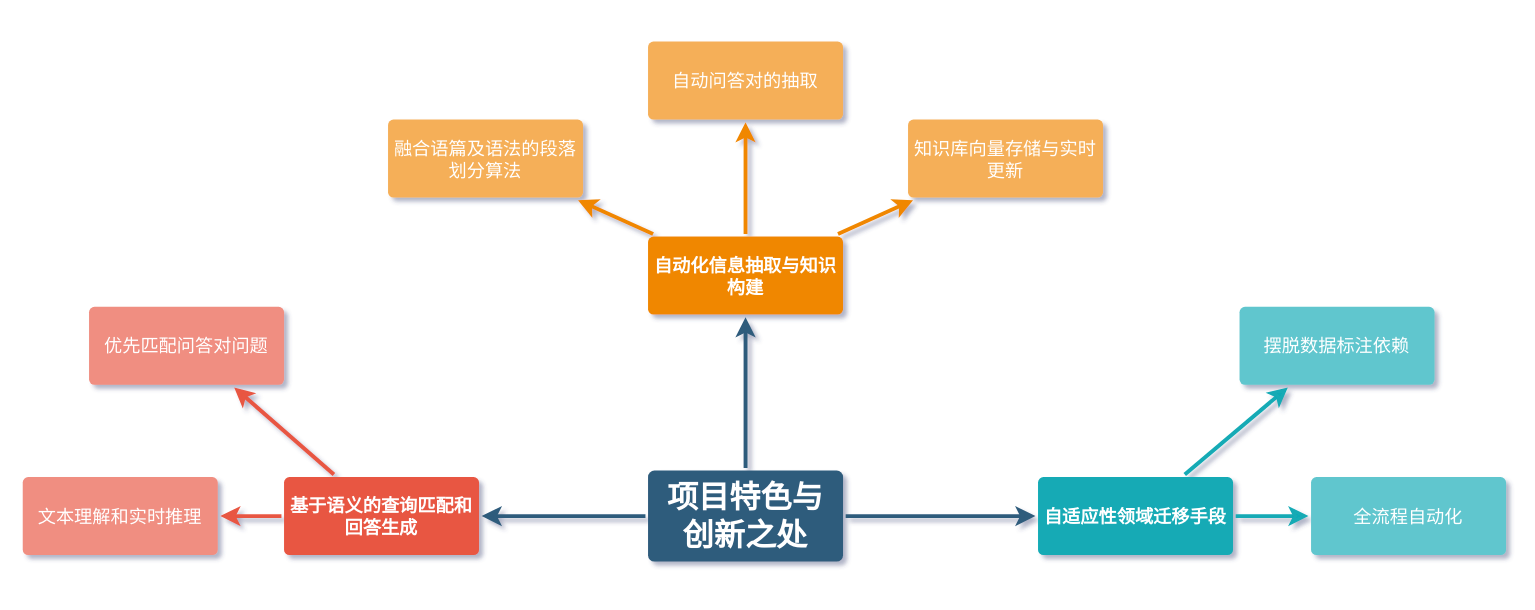
The draw.io diagram 智慧城市.drawio in 628014/628014.github.io, before the edit. Source tidied: cells renumbered, new cells numbered last; positions are measured from the earlier drawing's top-left corner, leaving out a move shared by most shapes. Both pictures are drawn from the tidied source at 130%, with x=0, y=0 at pixel (22, 40).
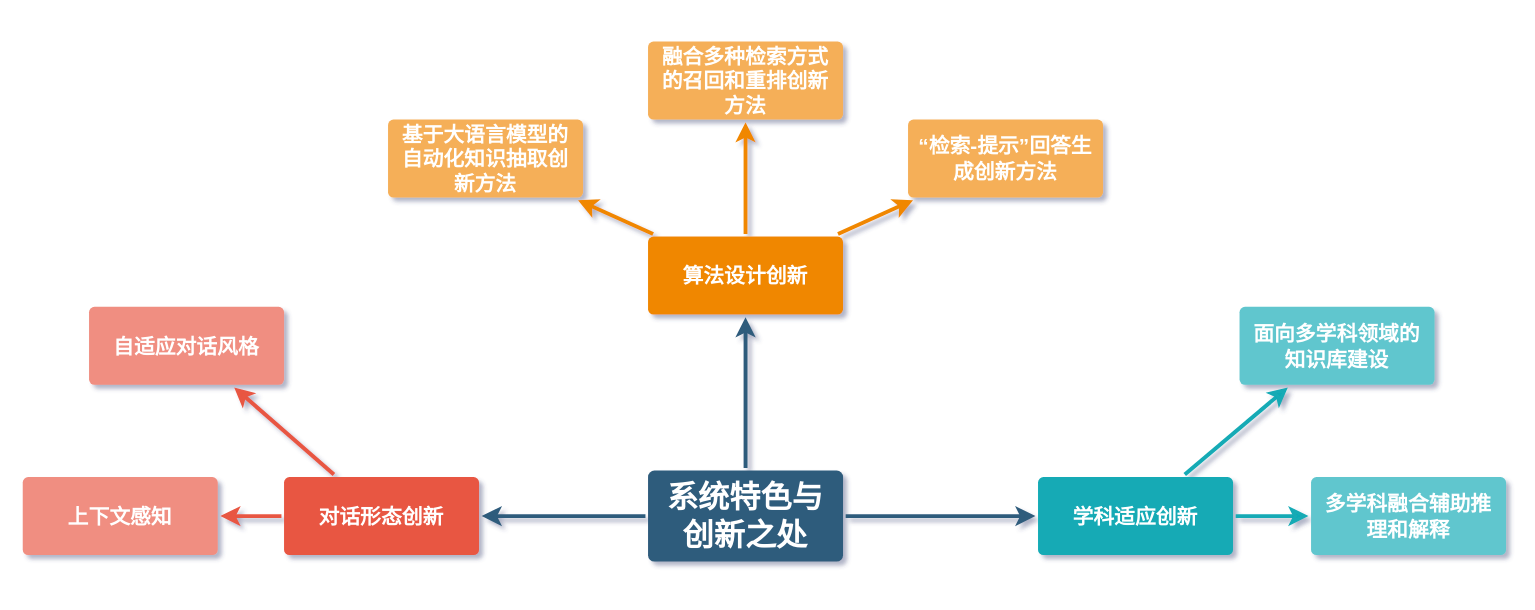
The same page after the edit.

Commit message:
更新智慧城市.drawio

The edit, as a diff of the source:
```diff
@@
-    <mxCell id="2" style="edgeStyle=none;rounded=0;jumpStyle=none;html=1;shadow=0;labelBackgroundColor=none;startArrow=none;startFill=0;endArrow=classic;endFill=1;jettySize=auto;strokeColor=#2F5B7C;strokeWidth=3;fontFamily=Helvetica;fontSize=16;fontColor=#23445D;spacing=5;" parent="1" edge="1" source="5" target="11">
+    <mxCell id="2" style="edgeStyle=none;rounded=0;jumpStyle=none;html=1;shadow=0;labelBackgroundColor=none;startArrow=none;startFill=0;endArrow=classic;endFill=1;jettySize=auto;strokeColor=#2F5B7C;strokeWidth=3;fontFamily=Helvetica;fontSize=16;fontColor=#23445D;spacing=5;fontStyle=1;" parent="1" edge="1" source="5" target="11">
       <mxGeometry relative="1" as="geometry" />
     </mxCell>
-    <mxCell id="3" style="edgeStyle=none;rounded=0;jumpStyle=none;html=1;shadow=0;labelBackgroundColor=none;startArrow=none;startFill=0;endArrow=classic;endFill=1;jettySize=auto;strokeColor=#2F5B7C;strokeWidth=3;fontFamily=Helvetica;fontSize=16;fontColor=#23445D;spacing=5;" parent="1" edge="1" source="5" target="18">
+    <mxCell id="3" style="edgeStyle=none;rounded=0;jumpStyle=none;html=1;shadow=0;labelBackgroundColor=none;startArrow=none;startFill=0;endArrow=classic;endFill=1;jettySize=auto;strokeColor=#2F5B7C;strokeWidth=3;fontFamily=Helvetica;fontSize=16;fontColor=#23445D;spacing=5;fontStyle=1;" parent="1" edge="1" source="5" target="18">
       <mxGeometry relative="1" as="geometry" />
     </mxCell>
-    <mxCell id="4" style="edgeStyle=none;rounded=0;jumpStyle=none;html=1;shadow=0;labelBackgroundColor=none;startArrow=none;startFill=0;endArrow=classic;endFill=1;jettySize=auto;strokeColor=#2F5B7C;strokeWidth=3;fontFamily=Helvetica;fontSize=16;fontColor=#23445D;spacing=5;" parent="1" edge="1" source="5" target="8">
+    <mxCell id="4" style="edgeStyle=none;rounded=0;jumpStyle=none;html=1;shadow=0;labelBackgroundColor=none;startArrow=none;startFill=0;endArrow=classic;endFill=1;jettySize=auto;strokeColor=#2F5B7C;strokeWidth=3;fontFamily=Helvetica;fontSize=16;fontColor=#23445D;spacing=5;fontStyle=1;" parent="1" edge="1" source="5" target="8">
       <mxGeometry relative="1" as="geometry" />
     </mxCell>
-    <mxCell id="5" value="&lt;h2&gt;&lt;b&gt;项目特色与创新之处&lt;/b&gt;&lt;b&gt;&lt;span style=&quot;mso-spacerun:'yes';font-family:'Times New Roman';mso-fareast-font-family:黑体;&lt;br/&gt;mso-ansi-font-weight:bold;font-size:14.0000pt;mso-font-kerning:1.0000pt;&quot;&gt;&lt;/span&gt;&lt;/b&gt;&lt;/h2&gt;" style="rounded=1;whiteSpace=wrap;html=1;shadow=0;labelBackgroundColor=none;strokeColor=none;strokeWidth=3;fillColor=#2F5B7C;fontFamily=Helvetica;fontSize=16;fontColor=#FFFFFF;align=center;fontStyle=1;spacing=5;arcSize=7;perimeterSpacing=2;" parent="1" vertex="1">
+    <mxCell id="5" value="&lt;h2&gt;&lt;span&gt;系统特色与创新之处&lt;/span&gt;&lt;span&gt;&lt;span style=&quot;mso-spacerun:'yes';font-family:'Times New Roman';mso-fareast-font-family:黑体;&lt;br/&gt;mso-ansi-font-weight:bold;font-size:14.0000pt;mso-font-kerning:1.0000pt;&quot;&gt;&lt;/span&gt;&lt;/span&gt;&lt;/h2&gt;" style="rounded=1;whiteSpace=wrap;html=1;shadow=0;labelBackgroundColor=none;strokeColor=none;strokeWidth=3;fillColor=#2F5B7C;fontFamily=Helvetica;fontSize=16;fontColor=#FFFFFF;align=center;fontStyle=1;spacing=5;arcSize=7;perimeterSpacing=2;" parent="1" vertex="1">
       <mxGeometry x="481" y="330.5" width="150" height="70" as="geometry" />
     </mxCell>
-    <mxCell id="6" style="edgeStyle=none;rounded=1;jumpStyle=none;html=1;shadow=0;labelBackgroundColor=none;startArrow=none;startFill=0;jettySize=auto;strokeColor=#E85642;strokeWidth=3;fontFamily=Helvetica;fontSize=14;fontColor=#FFFFFF;spacing=5;fontStyle=1;fillColor=#b0e3e6;" parent="1" edge="1" source="8" target="10">
+    <mxCell id="6" style="edgeStyle=none;rounded=1;jumpStyle=none;html=1;shadow=0;labelBackgroundColor=none;startArrow=none;startFill=0;jettySize=auto;strokeColor=#E85642;strokeWidth=3;fontFamily=Helvetica;fontSize=16;fontColor=#FFFFFF;spacing=5;fontStyle=1;fillColor=#b0e3e6;" parent="1" edge="1" source="8" target="10">
       <mxGeometry relative="1" as="geometry" />
     </mxCell>
-    <mxCell id="7" style="edgeStyle=none;rounded=1;jumpStyle=none;html=1;shadow=0;labelBackgroundColor=none;startArrow=none;startFill=0;jettySize=auto;strokeColor=#E85642;strokeWidth=3;fontFamily=Helvetica;fontSize=14;fontColor=#FFFFFF;spacing=5;fontStyle=1;fillColor=#b0e3e6;" parent="1" edge="1" source="8" target="9">
+    <mxCell id="7" style="edgeStyle=none;rounded=1;jumpStyle=none;html=1;shadow=0;labelBackgroundColor=none;startArrow=none;startFill=0;jettySize=auto;strokeColor=#E85642;strokeWidth=3;fontFamily=Helvetica;fontSize=16;fontColor=#FFFFFF;spacing=5;fontStyle=1;fillColor=#b0e3e6;" parent="1" edge="1" source="8" target="9">
       <mxGeometry relative="1" as="geometry" />
     </mxCell>
-    <mxCell id="8" value="&lt;p class=&quot;MsoNormal&quot;&gt;基于语义的查询匹配和回答生成&lt;/p&gt;" style="rounded=1;whiteSpace=wrap;html=1;shadow=0;labelBackgroundColor=none;strokeColor=none;strokeWidth=3;fillColor=#e85642;fontFamily=Helvetica;fontSize=14;fontColor=#FFFFFF;align=center;spacing=5;fontStyle=1;arcSize=7;perimeterSpacing=2;" parent="1" vertex="1">
+    <mxCell id="8" value="&lt;p style=&quot;font-size: 16px;&quot; class=&quot;MsoNormal&quot;&gt;对话形态创新&lt;/p&gt;" style="rounded=1;whiteSpace=wrap;html=1;shadow=0;labelBackgroundColor=none;strokeColor=none;strokeWidth=3;fillColor=#e85642;fontFamily=Helvetica;fontSize=16;fontColor=#FFFFFF;align=center;spacing=5;fontStyle=1;arcSize=7;perimeterSpacing=2;" parent="1" vertex="1">
       <mxGeometry x="201" y="335.5" width="150" height="60" as="geometry" />
     </mxCell>
-    <mxCell id="9" value="&lt;p class=&quot;MsoNormal&quot;&gt;文本理解和实时推理&lt;/p&gt;" style="rounded=1;whiteSpace=wrap;html=1;shadow=0;labelBackgroundColor=none;strokeColor=none;strokeWidth=3;fillColor=#f08e81;fontFamily=Helvetica;fontSize=14;fontColor=#FFFFFF;align=center;spacing=5;fontStyle=0;arcSize=7;perimeterSpacing=2;" parent="1" vertex="1">
+    <mxCell id="9" value="&lt;p style=&quot;font-size: 16px;&quot; class=&quot;MsoNormal&quot;&gt;上下文感知&lt;/p&gt;" style="rounded=1;whiteSpace=wrap;html=1;shadow=0;labelBackgroundColor=none;strokeColor=none;strokeWidth=3;fillColor=#f08e81;fontFamily=Helvetica;fontSize=16;fontColor=#FFFFFF;align=center;spacing=5;fontStyle=1;arcSize=7;perimeterSpacing=2;" parent="1" vertex="1">
       <mxGeometry y="335.5" width="150" height="60" as="geometry" />
     </mxCell>
-    <mxCell id="10" value="&lt;p class=&quot;MsoNormal&quot;&gt;优先匹配问答对问题&lt;/p&gt;" style="rounded=1;whiteSpace=wrap;html=1;shadow=0;labelBackgroundColor=none;strokeColor=none;strokeWidth=3;fillColor=#f08e81;fontFamily=Helvetica;fontSize=14;fontColor=#FFFFFF;align=center;spacing=5;fontStyle=0;arcSize=7;perimeterSpacing=2;" parent="1" vertex="1">
+    <mxCell id="10" value="&lt;p style=&quot;font-size: 16px;&quot; class=&quot;MsoNormal&quot;&gt;自适应对话风格&lt;/p&gt;" style="rounded=1;whiteSpace=wrap;html=1;shadow=0;labelBackgroundColor=none;strokeColor=none;strokeWidth=3;fillColor=#f08e81;fontFamily=Helvetica;fontSize=16;fontColor=#FFFFFF;align=center;spacing=5;fontStyle=1;arcSize=7;perimeterSpacing=2;" parent="1" vertex="1">
       <mxGeometry x="51" y="204.5" width="150" height="60" as="geometry" />
     </mxCell>
-    <mxCell id="11" value="&lt;p class=&quot;MsoNormal&quot;&gt;自动化信息抽取与知识构建&lt;/p&gt;" style="rounded=1;whiteSpace=wrap;html=1;shadow=0;labelBackgroundColor=none;strokeColor=none;strokeWidth=3;fillColor=#F08705;fontFamily=Helvetica;fontSize=14;fontColor=#FFFFFF;align=center;spacing=5;fontStyle=1;arcSize=7;perimeterSpacing=2;" parent="1" vertex="1">
+    <mxCell id="11" value="&lt;p style=&quot;font-size: 16px;&quot; class=&quot;MsoNormal&quot;&gt;算法设计创新&lt;/p&gt;" style="rounded=1;whiteSpace=wrap;html=1;shadow=0;labelBackgroundColor=none;strokeColor=none;strokeWidth=3;fillColor=#F08705;fontFamily=Helvetica;fontSize=16;fontColor=#FFFFFF;align=center;spacing=5;fontStyle=1;arcSize=7;perimeterSpacing=2;" parent="1" vertex="1">
       <mxGeometry x="481" y="150.5" width="150" height="60" as="geometry" />
     </mxCell>
-    <mxCell id="12" value="&lt;p class=&quot;MsoNormal&quot;&gt;知识库向量存储与实时更新&lt;/p&gt;" style="rounded=1;whiteSpace=wrap;html=1;shadow=0;labelBackgroundColor=none;strokeColor=none;strokeWidth=3;fillColor=#f5af58;fontFamily=Helvetica;fontSize=14;fontColor=#FFFFFF;align=center;spacing=5;arcSize=7;perimeterSpacing=2;" parent="1" vertex="1">
+    <mxCell id="12" value="&lt;p style=&quot;font-size: 16px;&quot; class=&quot;MsoNormal&quot;&gt;“检索-提示”回答生成创新方法&lt;/p&gt;" style="rounded=1;whiteSpace=wrap;html=1;shadow=0;labelBackgroundColor=none;strokeColor=none;strokeWidth=3;fillColor=#f5af58;fontFamily=Helvetica;fontSize=16;fontColor=#FFFFFF;align=center;spacing=5;arcSize=7;perimeterSpacing=2;fontStyle=1;" parent="1" vertex="1">
       <mxGeometry x="681" y="60.5" width="150" height="60" as="geometry" />
     </mxCell>
-    <mxCell id="13" style="edgeStyle=none;rounded=0;jumpStyle=none;html=1;shadow=0;labelBackgroundColor=none;startArrow=none;startFill=0;endArrow=classic;endFill=1;jettySize=auto;strokeColor=#F08705;strokeWidth=3;fontFamily=Helvetica;fontSize=14;fontColor=#FFFFFF;spacing=5;" parent="1" edge="1" source="11" target="12">
+    <mxCell id="13" style="edgeStyle=none;rounded=0;jumpStyle=none;html=1;shadow=0;labelBackgroundColor=none;startArrow=none;startFill=0;endArrow=classic;endFill=1;jettySize=auto;strokeColor=#F08705;strokeWidth=3;fontFamily=Helvetica;fontSize=16;fontColor=#FFFFFF;spacing=5;fontStyle=1;" parent="1" edge="1" source="11" target="12">
       <mxGeometry relative="1" as="geometry" />
     </mxCell>
-    <mxCell id="14" value="&lt;p class=&quot;MsoNormal&quot;&gt;自动问答对的抽取&lt;/p&gt;" style="rounded=1;whiteSpace=wrap;html=1;shadow=0;labelBackgroundColor=none;strokeColor=none;strokeWidth=3;fillColor=#f5af58;fontFamily=Helvetica;fontSize=14;fontColor=#FFFFFF;align=center;spacing=5;arcSize=7;perimeterSpacing=2;" parent="1" vertex="1">
+    <mxCell id="14" value="&lt;p style=&quot;font-size: 16px;&quot; class=&quot;MsoNormal&quot;&gt;融合多种检索方式的召回和重排创新方法&lt;/p&gt;" style="rounded=1;whiteSpace=wrap;html=1;shadow=0;labelBackgroundColor=none;strokeColor=none;strokeWidth=3;fillColor=#f5af58;fontFamily=Helvetica;fontSize=16;fontColor=#FFFFFF;align=center;spacing=5;arcSize=7;perimeterSpacing=2;fontStyle=1;" parent="1" vertex="1">
       <mxGeometry x="481" y="0.5" width="150" height="60" as="geometry" />
     </mxCell>
-    <mxCell id="15" style="edgeStyle=none;rounded=0;jumpStyle=none;html=1;shadow=0;labelBackgroundColor=none;startArrow=none;startFill=0;endArrow=classic;endFill=1;jettySize=auto;strokeColor=#F08705;strokeWidth=3;fontFamily=Helvetica;fontSize=14;fontColor=#FFFFFF;spacing=5;" parent="1" edge="1" source="11" target="14">
+    <mxCell id="15" style="edgeStyle=none;rounded=0;jumpStyle=none;html=1;shadow=0;labelBackgroundColor=none;startArrow=none;startFill=0;endArrow=classic;endFill=1;jettySize=auto;strokeColor=#F08705;strokeWidth=3;fontFamily=Helvetica;fontSize=16;fontColor=#FFFFFF;spacing=5;fontStyle=1;" parent="1" edge="1" source="11" target="14">
       <mxGeometry relative="1" as="geometry" />
     </mxCell>
-    <mxCell id="16" value="&lt;p class=&quot;MsoNormal&quot;&gt;融合语篇及语法的段落划分算法&lt;/p&gt;" style="rounded=1;whiteSpace=wrap;html=1;shadow=0;labelBackgroundColor=none;strokeColor=none;strokeWidth=3;fillColor=#f5af58;fontFamily=Helvetica;fontSize=14;fontColor=#FFFFFF;align=center;spacing=5;arcSize=7;perimeterSpacing=2;" parent="1" vertex="1">
+    <mxCell id="16" value="&lt;p style=&quot;font-size: 16px;&quot; class=&quot;MsoNormal&quot;&gt;基于大语言模型的自动化知识抽取创新方法&lt;/p&gt;" style="rounded=1;whiteSpace=wrap;html=1;shadow=0;labelBackgroundColor=none;strokeColor=none;strokeWidth=3;fillColor=#f5af58;fontFamily=Helvetica;fontSize=16;fontColor=#FFFFFF;align=center;spacing=5;arcSize=7;perimeterSpacing=2;fontStyle=1;" parent="1" vertex="1">
       <mxGeometry x="281" y="60.5" width="150" height="60" as="geometry" />
     </mxCell>
-    <mxCell id="17" style="edgeStyle=none;rounded=0;jumpStyle=none;html=1;shadow=0;labelBackgroundColor=none;startArrow=none;startFill=0;endArrow=classic;endFill=1;jettySize=auto;strokeColor=#F08705;strokeWidth=3;fontFamily=Helvetica;fontSize=14;fontColor=#FFFFFF;spacing=5;" parent="1" edge="1" source="11" target="16">
+    <mxCell id="17" style="edgeStyle=none;rounded=0;jumpStyle=none;html=1;shadow=0;labelBackgroundColor=none;startArrow=none;startFill=0;endArrow=classic;endFill=1;jettySize=auto;strokeColor=#F08705;strokeWidth=3;fontFamily=Helvetica;fontSize=16;fontColor=#FFFFFF;spacing=5;fontStyle=1;" parent="1" edge="1" source="11" target="16">
       <mxGeometry relative="1" as="geometry" />
     </mxCell>
-    <mxCell id="18" value="&lt;p class=&quot;MsoNormal&quot;&gt;自适应性领域迁移手段&lt;/p&gt;" style="rounded=1;whiteSpace=wrap;html=1;shadow=0;labelBackgroundColor=none;strokeColor=none;strokeWidth=3;fillColor=#12aab5;fontFamily=Helvetica;fontSize=14;fontColor=#FFFFFF;align=center;spacing=5;fontStyle=1;arcSize=7;perimeterSpacing=2;" parent="1" vertex="1">
+    <mxCell id="18" value="&lt;p style=&quot;font-size: 16px;&quot; class=&quot;MsoNormal&quot;&gt;学科适应创新&lt;/p&gt;" style="rounded=1;whiteSpace=wrap;html=1;shadow=0;labelBackgroundColor=none;strokeColor=none;strokeWidth=3;fillColor=#12aab5;fontFamily=Helvetica;fontSize=16;fontColor=#FFFFFF;align=center;spacing=5;fontStyle=1;arcSize=7;perimeterSpacing=2;" parent="1" vertex="1">
       <mxGeometry x="781" y="335.5" width="150" height="60" as="geometry" />
     </mxCell>
-    <mxCell id="19" value="全流程自动化" style="rounded=1;whiteSpace=wrap;html=1;shadow=0;labelBackgroundColor=none;strokeColor=none;strokeWidth=3;fillColor=#61c6ce;fontFamily=Helvetica;fontSize=14;fontColor=#FFFFFF;align=center;spacing=5;fontStyle=0;arcSize=7;perimeterSpacing=2;" parent="1" vertex="1">
+    <mxCell id="19" value="多学科融合辅助推理和解释" style="rounded=1;whiteSpace=wrap;html=1;shadow=0;labelBackgroundColor=none;strokeColor=none;strokeWidth=3;fillColor=#61c6ce;fontFamily=Helvetica;fontSize=16;fontColor=#FFFFFF;align=center;spacing=5;fontStyle=1;arcSize=7;perimeterSpacing=2;" parent="1" vertex="1">
       <mxGeometry x="991" y="335.5" width="150" height="60" as="geometry" />
     </mxCell>
-    <mxCell id="20" style="edgeStyle=none;rounded=1;jumpStyle=none;html=1;shadow=0;labelBackgroundColor=none;startArrow=none;startFill=0;jettySize=auto;strokeColor=#12AAB5;strokeWidth=3;fontFamily=Helvetica;fontSize=14;fontColor=#FFFFFF;spacing=5;fontStyle=1;fillColor=#b0e3e6;" parent="1" edge="1" source="18" target="19">
+    <mxCell id="20" style="edgeStyle=none;rounded=1;jumpStyle=none;html=1;shadow=0;labelBackgroundColor=none;startArrow=none;startFill=0;jettySize=auto;strokeColor=#12AAB5;strokeWidth=3;fontFamily=Helvetica;fontSize=16;fontColor=#FFFFFF;spacing=5;fontStyle=1;fillColor=#b0e3e6;" parent="1" edge="1" source="18" target="19">
       <mxGeometry relative="1" as="geometry" />
     </mxCell>
-    <mxCell id="21" value="摆脱数据标注依赖" style="rounded=1;whiteSpace=wrap;html=1;shadow=0;labelBackgroundColor=none;strokeColor=none;strokeWidth=3;fillColor=#61c6ce;fontFamily=Helvetica;fontSize=14;fontColor=#FFFFFF;align=center;spacing=5;fontStyle=0;arcSize=7;perimeterSpacing=2;" parent="1" vertex="1">
+    <mxCell id="21" value="面向多学科领域的知识库建设" style="rounded=1;whiteSpace=wrap;html=1;shadow=0;labelBackgroundColor=none;strokeColor=none;strokeWidth=3;fillColor=#61c6ce;fontFamily=Helvetica;fontSize=16;fontColor=#FFFFFF;align=center;spacing=5;fontStyle=1;arcSize=7;perimeterSpacing=2;" parent="1" vertex="1">
       <mxGeometry x="936" y="204.5" width="150" height="60" as="geometry" />
     </mxCell>
-    <mxCell id="22" style="edgeStyle=none;rounded=1;jumpStyle=none;html=1;shadow=0;labelBackgroundColor=none;startArrow=none;startFill=0;jettySize=auto;strokeColor=#12AAB5;strokeWidth=3;fontFamily=Helvetica;fontSize=14;fontColor=#FFFFFF;spacing=5;fontStyle=1;fillColor=#b0e3e6;" parent="1" edge="1" source="18" target="21">
+    <mxCell id="22" style="edgeStyle=none;rounded=1;jumpStyle=none;html=1;shadow=0;labelBackgroundColor=none;startArrow=none;startFill=0;jettySize=auto;strokeColor=#12AAB5;strokeWidth=3;fontFamily=Helvetica;fontSize=16;fontColor=#FFFFFF;spacing=5;fontStyle=1;fillColor=#b0e3e6;" parent="1" edge="1" source="18" target="21">
       <mxGeometry relative="1" as="geometry" />
     </mxCell>
```
